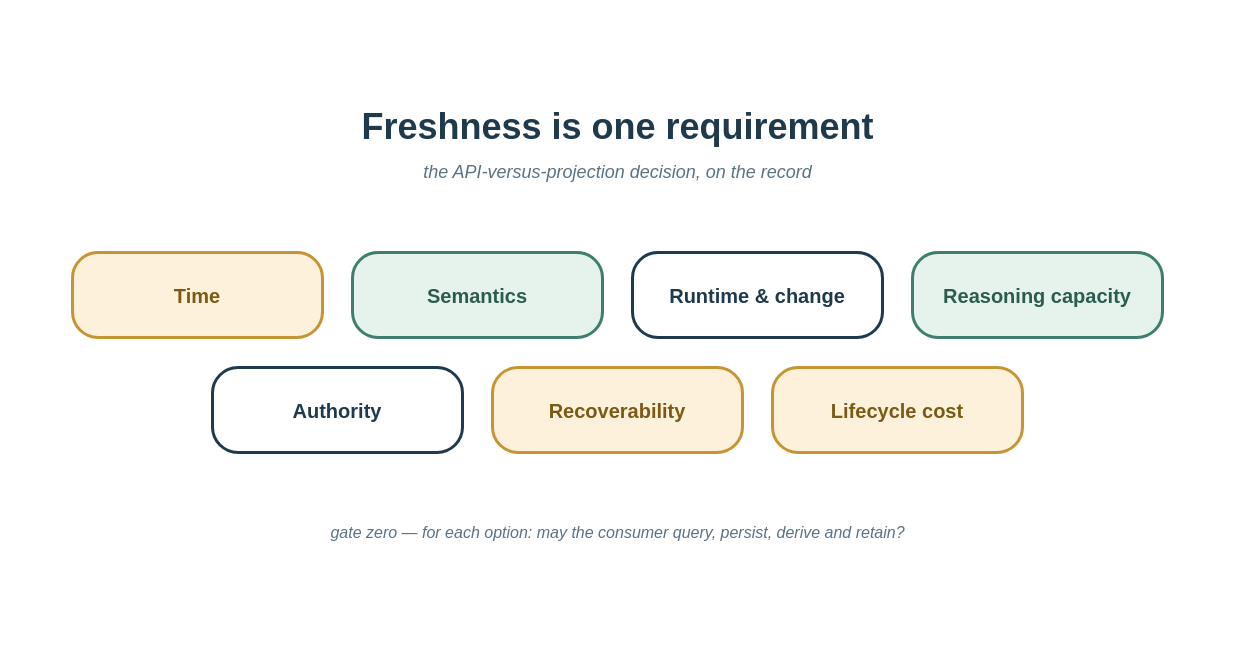
AlexeyEvlampiev/alexeyevlampiev.github.io keeps this draw.io diagram as content/posts/freshness-isnt-the-only-axis/social-card.drawio. Above is the earlier version. Source tidied: cells renumbered, new cells numbered last; positions are measured from the earlier drawing's top-left corner, leaving out a move shared by most shapes. Both pictures are drawn from the tidied source at 100%, with x=0, y=0 at pixel (17, 17).
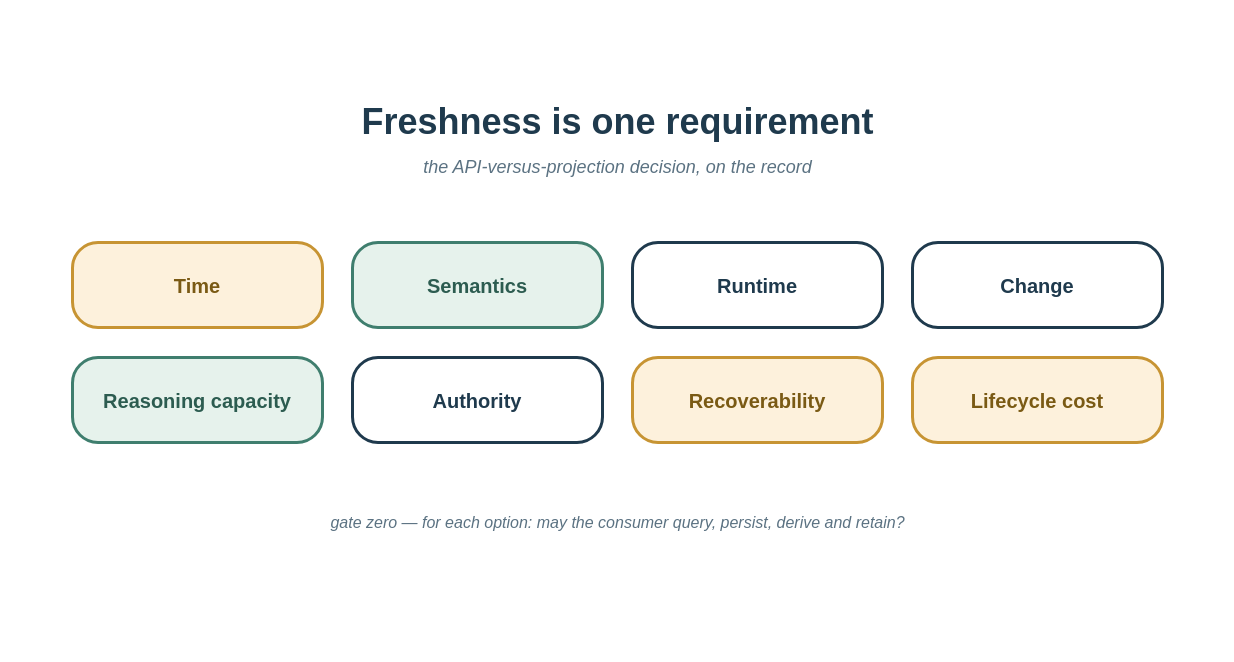
After the change.

What changed in the source:
```diff
@@
 <mxGraphModel>
   <root>
     <mxCell id="0" />
     <mxCell id="1" parent="0" />
     <mxCell id="2" style="rounded=0;whiteSpace=wrap;html=1;fillColor=#ffffff;strokeColor=none;" parent="1" vertex="1">
       <mxGeometry width="1200" height="628" as="geometry" />
     </mxCell>
     <mxCell id="3" value="Freshness is one requirement" style="text;html=1;fontSize=36;fontStyle=1;fontColor=#1f3a4d;align=center;verticalAlign=middle;" parent="1" vertex="1">
-      <mxGeometry x="100" y="85" width="1000" height="48" as="geometry" />
+      <mxGeometry x="100" y="80" width="1000" height="48" as="geometry" />
     </mxCell>
     <mxCell id="4" value="the API-versus-projection decision, on the record" style="text;html=1;fontSize=18;fontStyle=2;fontColor=#5b7282;align=center;verticalAlign=middle;" parent="1" vertex="1">
-      <mxGeometry x="100" y="140" width="1000" height="30" as="geometry" />
+      <mxGeometry x="100" y="135" width="1000" height="30" as="geometry" />
     </mxCell>
     <mxCell id="5" value="&lt;font style=&quot;font-size:20px&quot;&gt;&lt;b&gt;Time&lt;/b&gt;&lt;/font&gt;" style="rounded=1;whiteSpace=wrap;html=1;fillColor=#fdf1dc;strokeColor=#c79433;strokeWidth=3;fontColor=#7a5a14;arcSize=30;" parent="1" vertex="1">
-      <mxGeometry x="55" y="235" width="250" height="85" as="geometry" />
+      <mxGeometry x="55" y="225" width="250" height="85" as="geometry" />
     </mxCell>
     <mxCell id="6" value="&lt;font style=&quot;font-size:20px&quot;&gt;&lt;b&gt;Semantics&lt;/b&gt;&lt;/font&gt;" style="rounded=1;whiteSpace=wrap;html=1;fillColor=#e6f2ec;strokeColor=#3f7e6e;strokeWidth=3;fontColor=#2c5c50;arcSize=30;" parent="1" vertex="1">
-      <mxGeometry x="335" y="235" width="250" height="85" as="geometry" />
+      <mxGeometry x="335" y="225" width="250" height="85" as="geometry" />
     </mxCell>
-    <mxCell id="7" value="&lt;font style=&quot;font-size:20px&quot;&gt;&lt;b&gt;Runtime &amp;amp; change&lt;/b&gt;&lt;/font&gt;" style="rounded=1;whiteSpace=wrap;html=1;fillColor=#ffffff;strokeColor=#1f3a4d;strokeWidth=3;fontColor=#1f3a4d;arcSize=30;" parent="1" vertex="1">
-      <mxGeometry x="615" y="235" width="250" height="85" as="geometry" />
+    <mxCell id="7" value="&lt;font style=&quot;font-size:20px&quot;&gt;&lt;b&gt;Runtime&lt;/b&gt;&lt;/font&gt;" style="rounded=1;whiteSpace=wrap;html=1;fillColor=#ffffff;strokeColor=#1f3a4d;strokeWidth=3;fontColor=#1f3a4d;arcSize=30;" parent="1" vertex="1">
+      <mxGeometry x="615" y="225" width="250" height="85" as="geometry" />
     </mxCell>
-    <mxCell id="8" value="&lt;font style=&quot;font-size:20px&quot;&gt;&lt;b&gt;Reasoning capacity&lt;/b&gt;&lt;/font&gt;" style="rounded=1;whiteSpace=wrap;html=1;fillColor=#e6f2ec;strokeColor=#3f7e6e;strokeWidth=3;fontColor=#2c5c50;arcSize=30;" parent="1" vertex="1">
-      <mxGeometry x="895" y="235" width="250" height="85" as="geometry" />
+    <mxCell id="8" value="&lt;font style=&quot;font-size:20px&quot;&gt;&lt;b&gt;Change&lt;/b&gt;&lt;/font&gt;" style="rounded=1;whiteSpace=wrap;html=1;fillColor=#ffffff;strokeColor=#1f3a4d;strokeWidth=3;fontColor=#1f3a4d;arcSize=30;" parent="1" vertex="1">
+      <mxGeometry x="895" y="225" width="250" height="85" as="geometry" />
     </mxCell>
-    <mxCell id="9" value="&lt;font style=&quot;font-size:20px&quot;&gt;&lt;b&gt;Authority&lt;/b&gt;&lt;/font&gt;" style="rounded=1;whiteSpace=wrap;html=1;fillColor=#ffffff;strokeColor=#1f3a4d;strokeWidth=3;fontColor=#1f3a4d;arcSize=30;" parent="1" vertex="1">
-      <mxGeometry x="195" y="350" width="250" height="85" as="geometry" />
+    <mxCell id="9" value="&lt;font style=&quot;font-size:20px&quot;&gt;&lt;b&gt;Reasoning capacity&lt;/b&gt;&lt;/font&gt;" style="rounded=1;whiteSpace=wrap;html=1;fillColor=#e6f2ec;strokeColor=#3f7e6e;strokeWidth=3;fontColor=#2c5c50;arcSize=30;" parent="1" vertex="1">
+      <mxGeometry x="55" y="340" width="250" height="85" as="geometry" />
     </mxCell>
-    <mxCell id="10" value="&lt;font style=&quot;font-size:20px&quot;&gt;&lt;b&gt;Recoverability&lt;/b&gt;&lt;/font&gt;" style="rounded=1;whiteSpace=wrap;html=1;fillColor=#fdf1dc;strokeColor=#c79433;strokeWidth=3;fontColor=#7a5a14;arcSize=30;" parent="1" vertex="1">
-      <mxGeometry x="475" y="350" width="250" height="85" as="geometry" />
+    <mxCell id="10" value="&lt;font style=&quot;font-size:20px&quot;&gt;&lt;b&gt;Authority&lt;/b&gt;&lt;/font&gt;" style="rounded=1;whiteSpace=wrap;html=1;fillColor=#ffffff;strokeColor=#1f3a4d;strokeWidth=3;fontColor=#1f3a4d;arcSize=30;" parent="1" vertex="1">
+      <mxGeometry x="335" y="340" width="250" height="85" as="geometry" />
     </mxCell>
-    <mxCell id="11" value="&lt;font style=&quot;font-size:20px&quot;&gt;&lt;b&gt;Lifecycle cost&lt;/b&gt;&lt;/font&gt;" style="rounded=1;whiteSpace=wrap;html=1;fillColor=#fdf1dc;strokeColor=#c79433;strokeWidth=3;fontColor=#7a5a14;arcSize=30;" parent="1" vertex="1">
-      <mxGeometry x="755" y="350" width="250" height="85" as="geometry" />
+    <mxCell id="11" value="&lt;font style=&quot;font-size:20px&quot;&gt;&lt;b&gt;Recoverability&lt;/b&gt;&lt;/font&gt;" style="rounded=1;whiteSpace=wrap;html=1;fillColor=#fdf1dc;strokeColor=#c79433;strokeWidth=3;fontColor=#7a5a14;arcSize=30;" parent="1" vertex="1">
+      <mxGeometry x="615" y="340" width="250" height="85" as="geometry" />
     </mxCell>
+    <mxCell id="13" value="&lt;font style=&quot;font-size:20px&quot;&gt;&lt;b&gt;Lifecycle cost&lt;/b&gt;&lt;/font&gt;" style="rounded=1;whiteSpace=wrap;html=1;fillColor=#fdf1dc;strokeColor=#c79433;strokeWidth=3;fontColor=#7a5a14;arcSize=30;" parent="1" vertex="1">
+      <mxGeometry x="895" y="340" width="250" height="85" as="geometry" />
+    </mxCell>
     <mxCell id="12" value="&lt;font style=&quot;font-size:16px&quot;&gt;&lt;i&gt;gate zero &amp;#8212; for each option: may the consumer query, persist, derive and retain?&lt;/i&gt;&lt;/font&gt;" style="text;html=1;fontColor=#5b7282;align=center;verticalAlign=middle;" parent="1" vertex="1">
-      <mxGeometry x="100" y="500" width="1000" height="30" as="geometry" />
+      <mxGeometry x="100" y="490" width="1000" height="30" as="geometry" />
     </mxCell>
   </root>
 </mxGraphModel>
```
